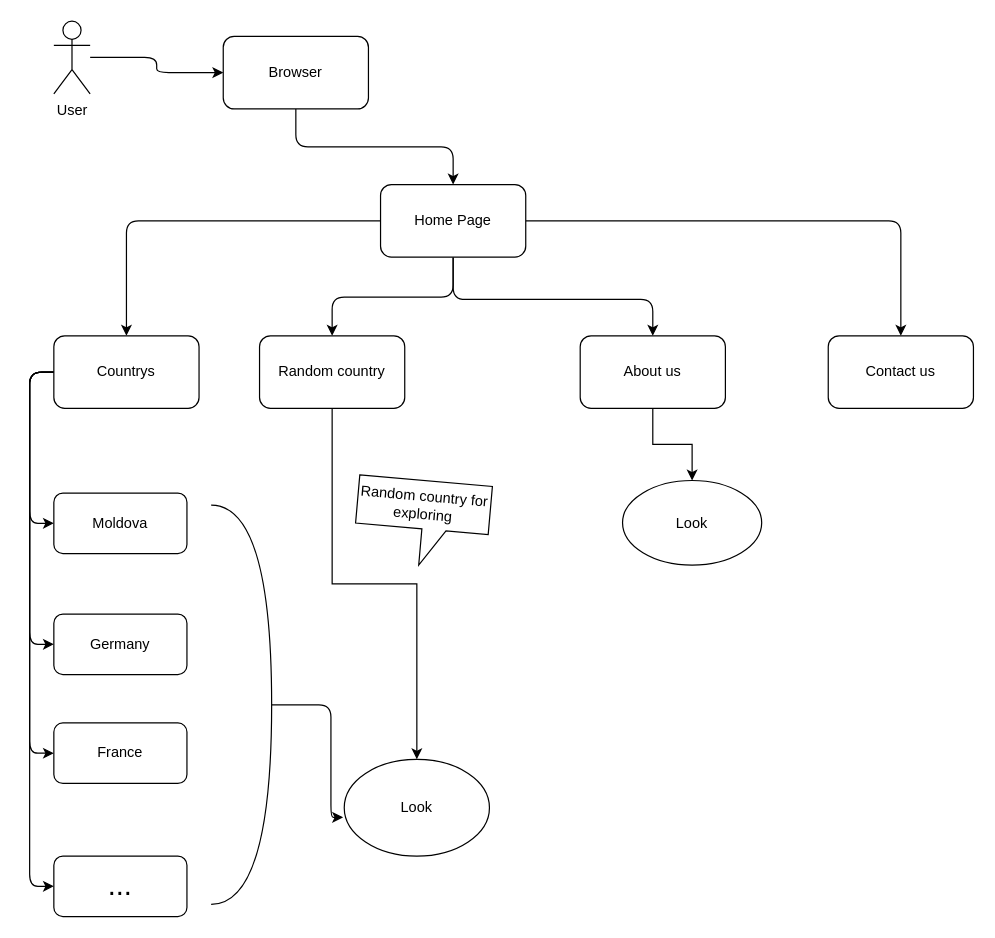
Above: page "Home page" (1 of 4) of Site1/Untitled Diagram.drawio in SmoleacMihai/ProgramareWeb (draw.io), before the change. Source tidied: cells renumbered, new cells numbered last; positions are measured from the earlier drawing's top-left corner, leaving out a move shared by most shapes. Both pictures are drawn from the tidied source at 121%, with x=0, y=0 at pixel (29, 21).
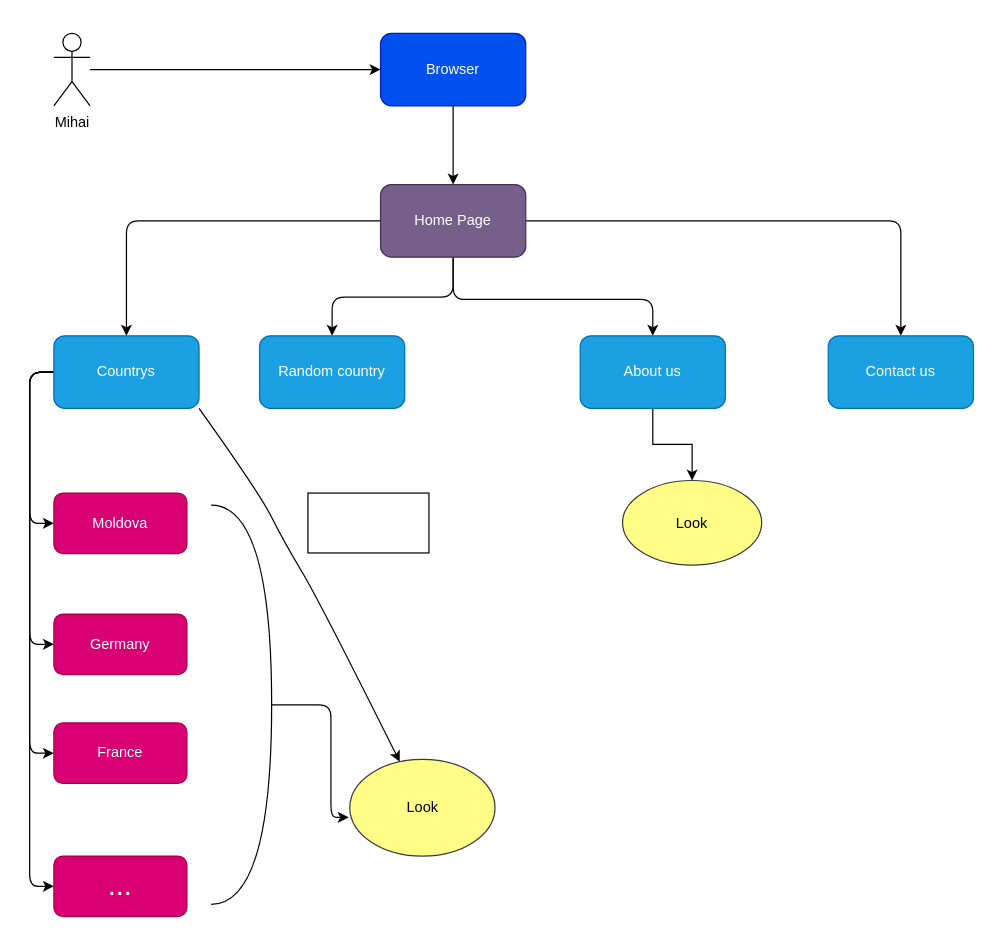
Above is the later version.

Change to the diagram source:
```diff
@@
-    <mxCell id="3" value="User" style="shape=umlActor;verticalLabelPosition=bottom;verticalAlign=top;html=1;outlineConnect=0;" parent="1" vertex="1">
-      <mxGeometry x="20" width="30" height="60" as="geometry" />
+    <mxCell id="3" value="Mihai" style="shape=umlActor;verticalLabelPosition=bottom;verticalAlign=top;html=1;outlineConnect=0;" parent="1" vertex="1">
+      <mxGeometry x="20" y="10" width="30" height="60" as="geometry" />
     </mxCell>
@@
-    <mxCell id="5" value="Browser" style="rounded=1;whiteSpace=wrap;html=1;sketch=0;" parent="1" vertex="1">
-      <mxGeometry x="160" y="12.5" width="120" height="60" as="geometry" />
+    <mxCell id="5" value="Browser" style="rounded=1;whiteSpace=wrap;html=1;sketch=0;fillColor=#0050ef;strokeColor=#001DBC;fontColor=#ffffff;" parent="1" vertex="1">
+      <mxGeometry x="290" y="10" width="120" height="60" as="geometry" />
     </mxCell>
@@
-    <mxCell id="10" value="Home Page" style="rounded=1;whiteSpace=wrap;html=1;sketch=0;" parent="1" vertex="1">
+    <mxCell id="10" value="Home Page" style="rounded=1;whiteSpace=wrap;html=1;sketch=0;fillColor=#76608a;strokeColor=#432D57;fontColor=#ffffff;" parent="1" vertex="1">
       <mxGeometry x="290" y="135" width="120" height="60" as="geometry" />
     </mxCell>
@@
-    <mxCell id="15" value="Countrys" style="rounded=1;whiteSpace=wrap;html=1;sketch=0;" parent="1" vertex="1">
+    <mxCell id="15" value="Countrys" style="rounded=1;whiteSpace=wrap;html=1;sketch=0;fillColor=#1ba1e2;strokeColor=#006EAF;fontColor=#ffffff;" parent="1" vertex="1">
       <mxGeometry x="20" y="260" width="120" height="60" as="geometry" />
     </mxCell>
-    <mxCell id="16" style="edgeStyle=orthogonalEdgeStyle;rounded=0;jettySize=auto;html=1;entryX=0.5;entryY=0;entryDx=0;entryDy=0;" parent="1" edge="1" source="17" target="27">
-      <mxGeometry relative="1" as="geometry" />
-    </mxCell>
-    <mxCell id="17" value="Random country" style="rounded=1;whiteSpace=wrap;html=1;sketch=0;" parent="1" vertex="1">
+    <mxCell id="17" value="Random country" style="rounded=1;whiteSpace=wrap;html=1;sketch=0;fillColor=#1ba1e2;strokeColor=#006EAF;fontColor=#ffffff;" parent="1" vertex="1">
       <mxGeometry x="190" y="260" width="120" height="60" as="geometry" />
     </mxCell>
@@
-    <mxCell id="19" value="About us" style="rounded=1;whiteSpace=wrap;html=1;sketch=0;" parent="1" vertex="1">
+    <mxCell id="19" value="About us" style="rounded=1;whiteSpace=wrap;html=1;sketch=0;fillColor=#1ba1e2;strokeColor=#006EAF;fontColor=#ffffff;" parent="1" vertex="1">
       <mxGeometry x="455" y="260" width="120" height="60" as="geometry" />
     </mxCell>
-    <mxCell id="20" value="Contact us" style="rounded=1;whiteSpace=wrap;html=1;sketch=0;" parent="1" vertex="1">
+    <mxCell id="20" value="Contact us" style="rounded=1;whiteSpace=wrap;html=1;sketch=0;fillColor=#1ba1e2;strokeColor=#006EAF;fontColor=#ffffff;" parent="1" vertex="1">
       <mxGeometry x="660" y="260" width="120" height="60" as="geometry" />
     </mxCell>
-    <mxCell id="21" value="Moldova" style="rounded=1;whiteSpace=wrap;html=1;sketch=0;" parent="1" vertex="1">
+    <mxCell id="21" value="Moldova" style="rounded=1;whiteSpace=wrap;html=1;sketch=0;fillColor=#d80073;strokeColor=#A50040;fontColor=#ffffff;" parent="1" vertex="1">
       <mxGeometry x="20" y="390" width="110" height="50" as="geometry" />
     </mxCell>
-    <mxCell id="22" value="Germany" style="rounded=1;whiteSpace=wrap;html=1;sketch=0;" parent="1" vertex="1">
+    <mxCell id="22" value="Germany" style="rounded=1;whiteSpace=wrap;html=1;sketch=0;fillColor=#d80073;strokeColor=#A50040;fontColor=#ffffff;" parent="1" vertex="1">
       <mxGeometry x="20" y="490" width="110" height="50" as="geometry" />
     </mxCell>
-    <mxCell id="23" value="France" style="rounded=1;whiteSpace=wrap;html=1;sketch=0;" parent="1" vertex="1">
+    <mxCell id="23" value="France" style="rounded=1;whiteSpace=wrap;html=1;sketch=0;fillColor=#d80073;strokeColor=#A50040;fontColor=#ffffff;" parent="1" vertex="1">
       <mxGeometry x="20" y="580" width="110" height="50" as="geometry" />
     </mxCell>
-    <mxCell id="24" value="&lt;font style=&quot;font-size: 24px&quot;&gt;...&lt;/font&gt;" style="rounded=1;whiteSpace=wrap;html=1;sketch=0;" parent="1" vertex="1">
+    <mxCell id="24" value="&lt;font style=&quot;font-size: 24px&quot;&gt;...&lt;/font&gt;" style="rounded=1;whiteSpace=wrap;html=1;sketch=0;fillColor=#d80073;strokeColor=#A50040;fontColor=#ffffff;" parent="1" vertex="1">
       <mxGeometry x="20" y="690" width="110" height="50" as="geometry" />
     </mxCell>
@@
-    <mxCell id="27" value="Look" style="ellipse;whiteSpace=wrap;html=1;rounded=0;sketch=0;" parent="1" vertex="1">
-      <mxGeometry x="260" y="610" width="120" height="80" as="geometry" />
+    <mxCell id="27" value="Look" style="ellipse;whiteSpace=wrap;html=1;rounded=0;sketch=0;fillColor=#ffff88;strokeColor=#36393d;" parent="1" vertex="1">
+      <mxGeometry x="264.6" y="610" width="120" height="80" as="geometry" />
     </mxCell>
-    <mxCell id="28" value="Look" style="ellipse;whiteSpace=wrap;html=1;" parent="1" vertex="1">
+    <mxCell id="28" value="Look" style="ellipse;whiteSpace=wrap;html=1;fillColor=#ffff88;strokeColor=#36393d;" parent="1" vertex="1">
       <mxGeometry x="490" y="379.6" width="115" height="70" as="geometry" />
     </mxCell>
-    <mxCell id="29" value="Random country for exploring" style="shape=callout;whiteSpace=wrap;html=1;perimeter=calloutPerimeter;rotation=5;" parent="1" vertex="1">
-      <mxGeometry x="269.6" y="379.6" width="110" height="70" as="geometry" />
-    </mxCell>
+    <mxCell id="30" style="curved=1;endArrow=classic;html=1;exitX=1;exitY=1;exitDx=0;exitDy=0;" parent="1" edge="1" source="15" target="27">
+      <mxGeometry relative="1" as="geometry">
+        <Array as="points">
+          <mxPoint x="190" y="390" />
+          <mxPoint x="210" y="430" />
+          <mxPoint x="240" y="480" />
+        </Array>
+      </mxGeometry>
+    </mxCell>
+    <mxCell id="31" style="rounded=0;whiteSpace=wrap;html=1;" parent="1" vertex="1">
+      <mxGeometry x="230" y="390" width="100" height="49.5" as="geometry" />
+    </mxCell>
```
